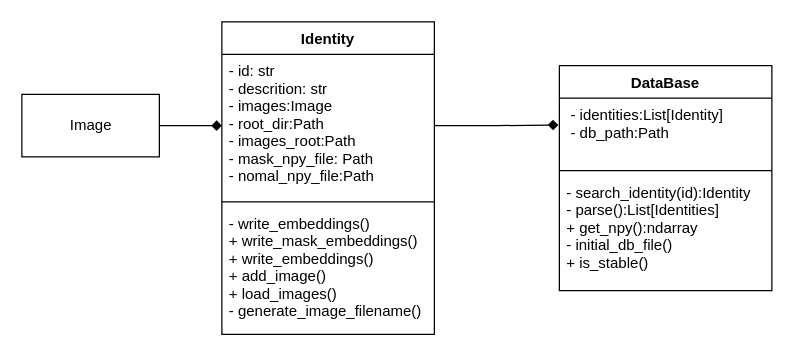
This is page "Database Class Diagram" (4 of 4) of doc/diagram/face recognition.drawio from armin-azh/siamese, a draw.io file, before an edit. Source tidied: cells renumbered, new cells numbered last; positions are measured from the earlier drawing's top-left corner, leaving out a move shared by most shapes. Both pictures are drawn from the tidied source at 125%, with x=0, y=0 at pixel (21, 21).
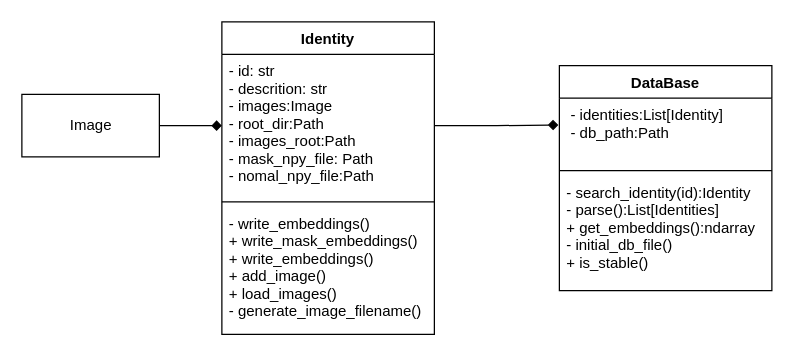
The same page after the edit.

Commit message (it also covers changes not shown here):
have been completing the get_embed method

Change to the diagram source:
```diff
@@
 <mxGraphModel>
   <root>
     <mxCell id="0" />
     <mxCell id="1" parent="0" />
     <mxCell id="2" value="Identity" style="swimlane;fontStyle=1;align=center;verticalAlign=top;horizontal=1;startSize=26;" parent="1" vertex="1">
       <mxGeometry x="160" width="170" height="250" as="geometry" />
     </mxCell>
     <mxCell id="3" value="- id: str&#10;- descrition: str&#10;- images:Image&#10;- root_dir:Path&#10;- images_root:Path&#10;- mask_npy_file: Path&#10;- nomal_npy_file:Path" style="text;align=left;verticalAlign=top;spacingLeft=4;spacingRight=4;overflow=hidden;points=[[0,0.5],[1,0.5]];portConstraint=eastwest;" parent="2" vertex="1">
       <mxGeometry y="26" width="170" height="114" as="geometry" />
     </mxCell>
     <mxCell id="4" style="line;strokeWidth=1;align=left;verticalAlign=middle;spacingTop=-1;spacingLeft=3;spacingRight=3;labelPosition=right;" parent="2" vertex="1">
       <mxGeometry y="140" width="170" height="8" as="geometry" />
     </mxCell>
     <mxCell id="5" value="- write_embeddings()&#10;+ write_mask_embeddings()&#10;+ write_embeddings()&#10;+ add_image()&#10;+ load_images()&#10;- generate_image_filename()" style="text;align=left;verticalAlign=top;spacingLeft=4;spacingRight=4;overflow=hidden;" parent="2" vertex="1">
       <mxGeometry y="148" width="170" height="102" as="geometry" />
     </mxCell>
     <mxCell id="6" style="edgeStyle=orthogonalEdgeStyle;rounded=0;jettySize=auto;html=1;entryX=0;entryY=0.5;entryDx=0;entryDy=0;endArrow=diamond;endFill=1;" parent="1" edge="1" source="7" target="3">
       <mxGeometry relative="1" as="geometry" />
     </mxCell>
     <mxCell id="7" value="Image" style="html=1;" parent="1" vertex="1">
       <mxGeometry y="58" width="110" height="50" as="geometry" />
     </mxCell>
     <mxCell id="8" value="DataBase" style="swimlane;fontStyle=1;align=center;verticalAlign=top;horizontal=1;startSize=26;" parent="1" vertex="1">
       <mxGeometry x="430" y="35" width="170" height="180" as="geometry" />
     </mxCell>
     <mxCell id="9" value=" - identities:List[Identity]&#10; - db_path:Path&#10;" style="text;align=left;verticalAlign=top;spacingLeft=4;spacingRight=4;overflow=hidden;points=[[0,0.5],[1,0.5]];portConstraint=eastwest;" parent="8" vertex="1">
       <mxGeometry y="26" width="170" height="54" as="geometry" />
     </mxCell>
     <mxCell id="10" style="line;strokeWidth=1;align=left;verticalAlign=middle;spacingTop=-1;spacingLeft=3;spacingRight=3;labelPosition=right;" parent="8" vertex="1">
       <mxGeometry y="80" width="170" height="8" as="geometry" />
     </mxCell>
-    <mxCell id="11" value="- search_identity(id):Identity&#10;- parse():List[Identities]&#10;+ get_npy():ndarray&#10;- initial_db_file()&#10;+ is_stable()&#10;" style="text;align=left;verticalAlign=top;spacingLeft=4;spacingRight=4;overflow=hidden;" parent="8" vertex="1">
+    <mxCell id="11" value="- search_identity(id):Identity&#10;- parse():List[Identities]&#10;+ get_embeddings():ndarray&#10;- initial_db_file()&#10;+ is_stable()&#10;" style="text;align=left;verticalAlign=top;spacingLeft=4;spacingRight=4;overflow=hidden;" parent="8" vertex="1">
       <mxGeometry y="88" width="170" height="92" as="geometry" />
     </mxCell>
     <mxCell id="12" style="edgeStyle=orthogonalEdgeStyle;rounded=0;jettySize=auto;html=1;entryX=-0.005;entryY=0.398;entryDx=0;entryDy=0;entryPerimeter=0;endArrow=diamond;endFill=1;" parent="1" edge="1" source="3" target="9">
       <mxGeometry relative="1" as="geometry" />
     </mxCell>
   </root>
 </mxGraphModel>
```
